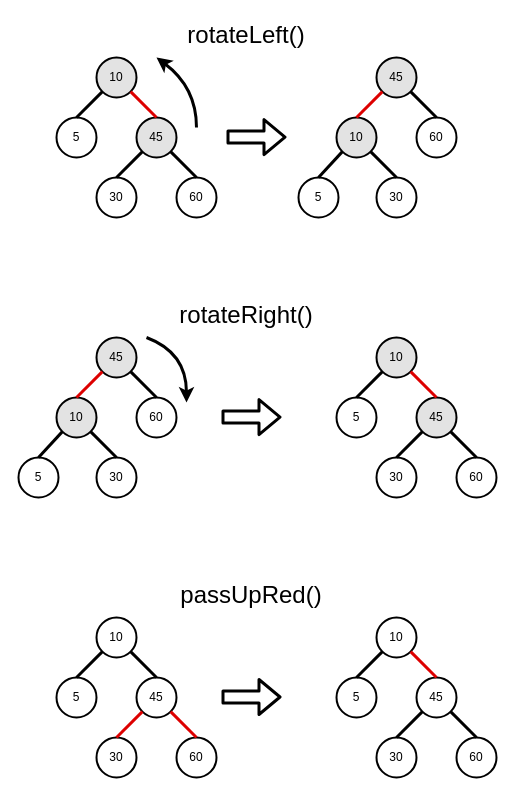
afrut/learn-algorithms keeps this draw.io diagram as img/bst-redBlack-basic-operations.drawio. Above is the earlier version. Source tidied: cells renumbered, new cells numbered last; positions are measured from the earlier drawing's top-left corner, leaving out a move shared by most shapes. Both pictures are drawn from the tidied source at 100%, with x=0, y=0 at pixel (18, 17).
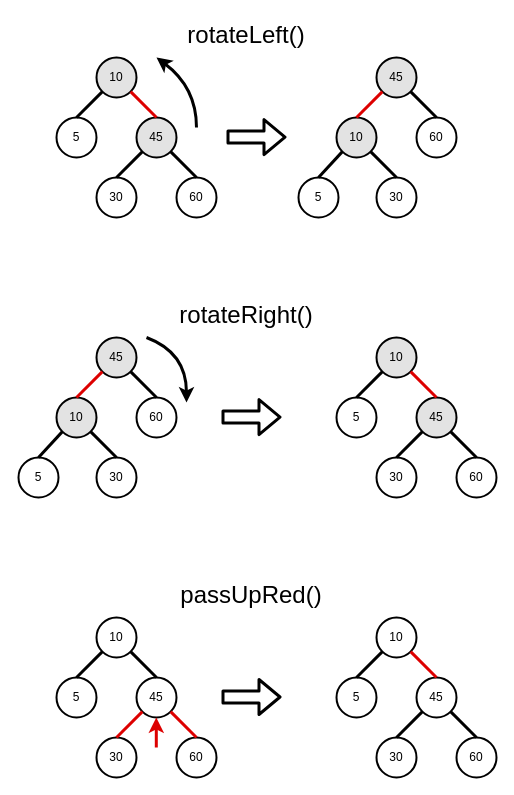
After the change.

What changed in the source:
```diff
@@
+    <mxCell id="64" style="endArrow=classic;html=1;strokeWidth=3;strokeColor=#DD0000;" parent="1" edge="1">
+      <mxGeometry relative="1" as="geometry">
+        <mxPoint x="137.8" y="730" as="sourcePoint" />
+        <mxPoint x="137.8" y="700" as="targetPoint" />
+      </mxGeometry>
+    </mxCell>
```
